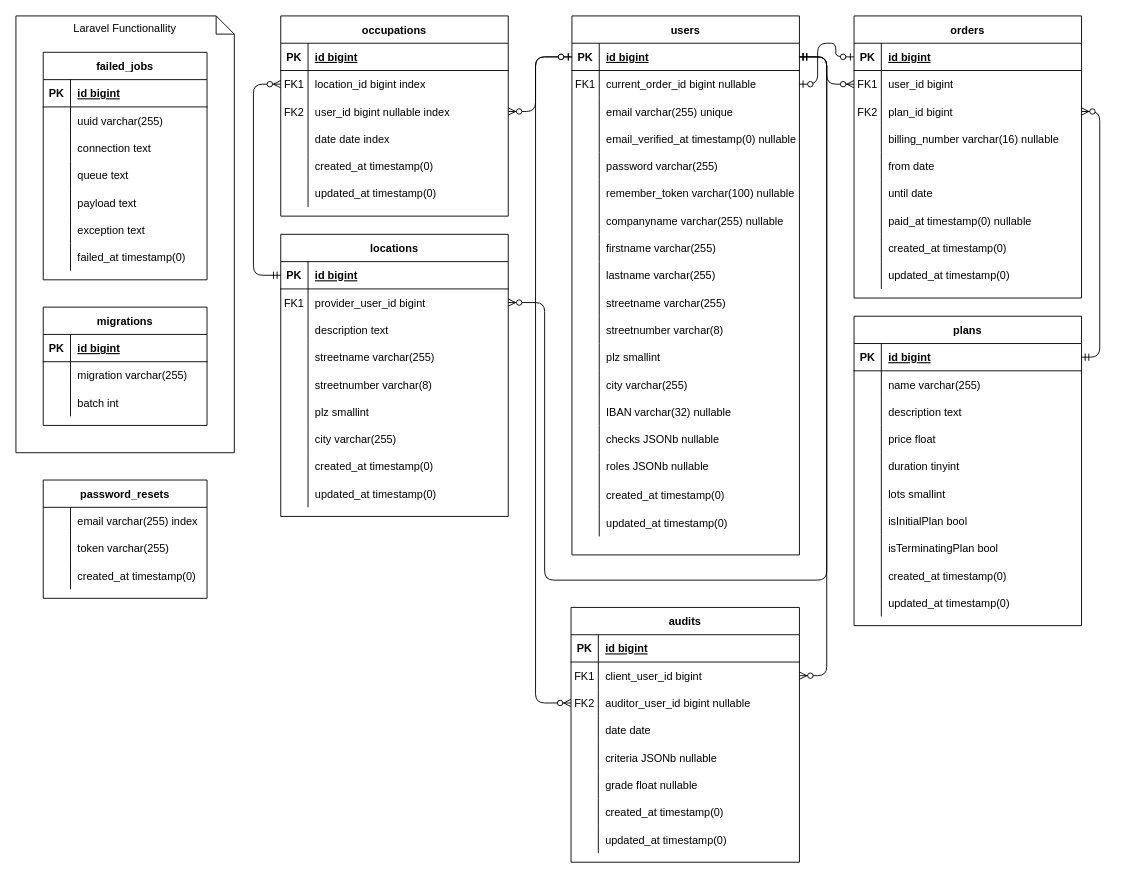
Above: docs/ERM_Patrick.drawio in PatrickRoethlisberger/CS-Datenbanktechnologie (draw.io), before the change. Source tidied: cells renumbered, new cells numbered last; positions are measured from the earlier drawing's top-left corner, leaving out a move shared by most shapes. Both pictures are drawn from the tidied source at 91%, with x=0, y=0 at pixel (15, 15).
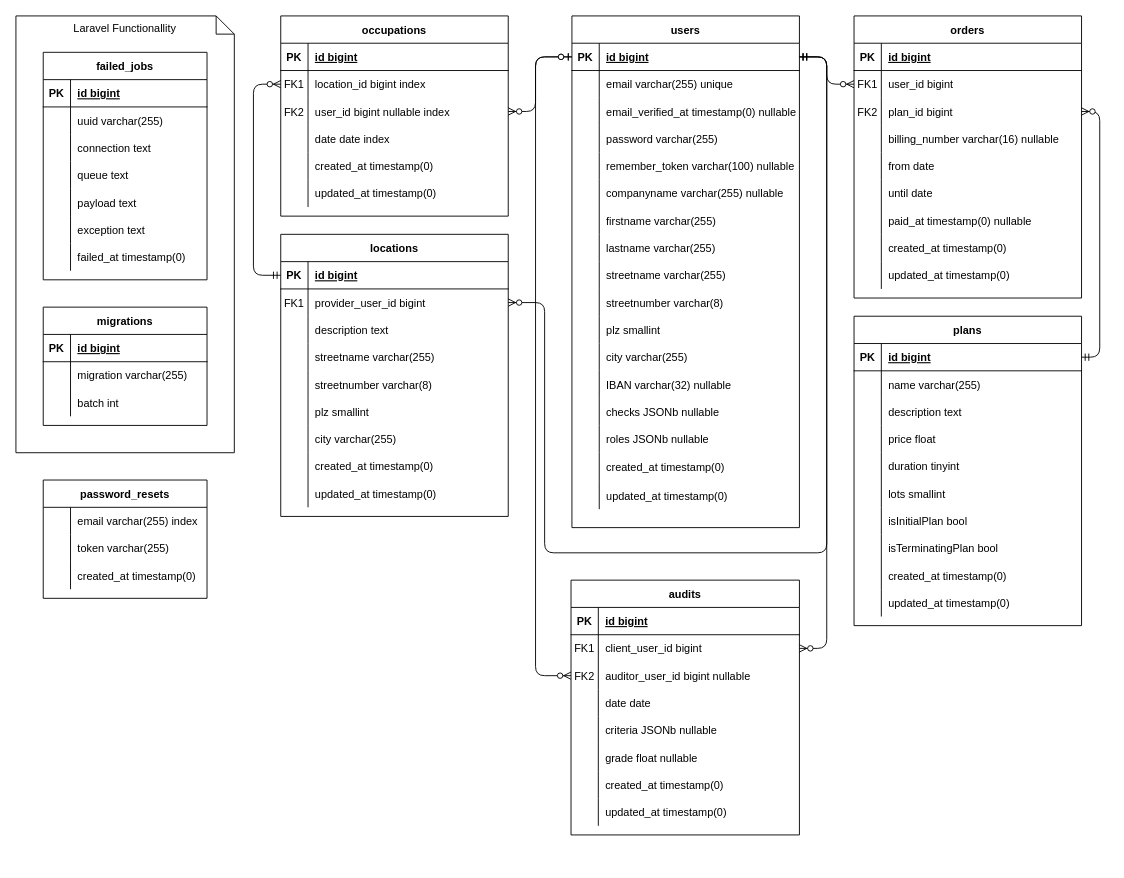
The same diagram, later.

The change refers to these unchanged cells:
```xml
<mxCell id="34" style="shape=partialRectangle;fillColor=none;points=[[0,0.5],[1,0.5]];portConstraint=eastwest;top=0;left=0;right=0;bottom=1;" parent="33" vertex="1">
  <mxGeometry y="30" width="250" height="30" as="geometry" />
</mxCell>
<mxCell id="136" style="shape=partialRectangle;fillColor=none;top=0;left=0;bottom=0;right=0;points=[[0,0.5],[1,0.5]];portConstraint=eastwest;" parent="132" vertex="1">
  <mxGeometry y="60" width="250" height="30" as="geometry" />
</mxCell>
<mxCell id="185" style="shape=partialRectangle;fillColor=none;top=0;left=0;bottom=0;right=0;points=[[0,0.5],[1,0.5]];portConstraint=eastwest;" parent="181" vertex="1">
  <mxGeometry y="60" width="251" height="30" as="geometry" />
</mxCell>
<mxCell id="188" style="shape=partialRectangle;fillColor=none;top=0;left=0;bottom=0;right=0;points=[[0,0.5],[1,0.5]];portConstraint=eastwest;" parent="181" vertex="1">
  <mxGeometry y="90" width="251" height="30" as="geometry" />
</mxCell>
<mxCell id="209" style="shape=partialRectangle;fillColor=none;top=0;left=0;bottom=1;right=0;points=[[0,0.5],[1,0.5]];portConstraint=eastwest;" parent="208" vertex="1">
  <mxGeometry y="30" width="250" height="30" as="geometry" />
</mxCell>
```

Diff of the diagram source:
```diff
@@
     <mxCell id="33" value="users" style="shape=table;startSize=30;childLayout=tableLayout;rowLines=0;fontStyle=1;align=center;" parent="1" vertex="1">
-      <mxGeometry x="611" width="250" height="592.3" as="geometry" />
+      <mxGeometry x="611" width="250" height="562.3" as="geometry" />
     </mxCell>
@@
-    <mxCell id="37" style="shape=partialRectangle;fillColor=none;points=[[0,0.5],[1,0.5]];portConstraint=eastwest;top=0;left=0;right=0;bottom=0;" parent="33" vertex="1">
-      <mxGeometry y="60" width="250" height="30" as="geometry" />
-    </mxCell>
-    <mxCell id="38" value="FK1" style="shape=partialRectangle;overflow=hidden;fillColor=none;top=0;left=0;bottom=0;right=0;" parent="37" vertex="1">
-      <mxGeometry width="30" height="30" as="geometry" />
-    </mxCell>
-    <mxCell id="39" value="current_order_id bigint nullable" style="shape=partialRectangle;overflow=hidden;fillColor=none;top=0;left=0;bottom=0;right=0;align=left;spacingLeft=6;" parent="37" vertex="1">
-      <mxGeometry x="30" width="220" height="30" as="geometry" />
-    </mxCell>
     <mxCell id="40" style="shape=partialRectangle;fillColor=none;top=0;left=0;right=0;bottom=0;" parent="33" vertex="1">
-      <mxGeometry y="90" width="250" height="30" as="geometry" />
+      <mxGeometry y="60" width="250" height="30" as="geometry" />
     </mxCell>
@@
     <mxCell id="43" style="shape=partialRectangle;fillColor=none;top=0;left=0;right=0;bottom=0;" parent="33" vertex="1">
-      <mxGeometry y="120" width="250" height="30" as="geometry" />
+      <mxGeometry y="90" width="250" height="30" as="geometry" />
     </mxCell>
@@
     <mxCell id="46" style="shape=partialRectangle;fillColor=none;top=0;left=0;right=0;bottom=0;" parent="33" vertex="1">
-      <mxGeometry y="150" width="250" height="30" as="geometry" />
+      <mxGeometry y="120" width="250" height="30" as="geometry" />
     </mxCell>
@@
     <mxCell id="49" style="shape=partialRectangle;fillColor=none;top=0;left=0;right=0;bottom=0;" parent="33" vertex="1">
-      <mxGeometry y="180" width="250" height="30" as="geometry" />
+      <mxGeometry y="150" width="250" height="30" as="geometry" />
     </mxCell>
@@
     <mxCell id="52" style="shape=partialRectangle;fillColor=none;top=0;left=0;right=0;bottom=0;" parent="33" vertex="1">
-      <mxGeometry y="210" width="250" height="30" as="geometry" />
+      <mxGeometry y="180" width="250" height="30" as="geometry" />
     </mxCell>
@@
     <mxCell id="55" style="shape=partialRectangle;fillColor=none;top=0;left=0;right=0;bottom=0;" parent="33" vertex="1">
-      <mxGeometry y="240" width="250" height="30" as="geometry" />
+      <mxGeometry y="210" width="250" height="30" as="geometry" />
     </mxCell>
@@
     <mxCell id="58" style="shape=partialRectangle;fillColor=none;top=0;left=0;right=0;bottom=0;" parent="33" vertex="1">
-      <mxGeometry y="270" width="250" height="30" as="geometry" />
+      <mxGeometry y="240" width="250" height="30" as="geometry" />
     </mxCell>
@@
     <mxCell id="61" style="shape=partialRectangle;fillColor=none;top=0;left=0;right=0;bottom=0;" parent="33" vertex="1">
-      <mxGeometry y="300" width="250" height="30" as="geometry" />
+      <mxGeometry y="270" width="250" height="30" as="geometry" />
     </mxCell>
@@
     <mxCell id="64" style="shape=partialRectangle;fillColor=none;top=0;left=0;right=0;bottom=0;" parent="33" vertex="1">
-      <mxGeometry y="330" width="250" height="30" as="geometry" />
+      <mxGeometry y="300" width="250" height="30" as="geometry" />
     </mxCell>
@@
     <mxCell id="67" style="shape=partialRectangle;fillColor=none;top=0;left=0;right=0;bottom=0;" parent="33" vertex="1">
-      <mxGeometry y="360" width="250" height="30" as="geometry" />
+      <mxGeometry y="330" width="250" height="30" as="geometry" />
     </mxCell>
@@
     <mxCell id="70" style="shape=partialRectangle;fillColor=none;top=0;left=0;right=0;bottom=0;" parent="33" vertex="1">
-      <mxGeometry y="390" width="250" height="30" as="geometry" />
+      <mxGeometry y="360" width="250" height="30" as="geometry" />
     </mxCell>
@@
     <mxCell id="73" style="shape=partialRectangle;fillColor=none;top=0;left=0;right=0;bottom=0;" parent="33" vertex="1">
-      <mxGeometry y="420" width="250" height="30" as="geometry" />
+      <mxGeometry y="390" width="250" height="30" as="geometry" />
     </mxCell>
@@
     <mxCell id="76" style="shape=partialRectangle;fillColor=none;top=0;left=0;right=0;bottom=0;" parent="33" vertex="1">
-      <mxGeometry y="450" width="250" height="30" as="geometry" />
+      <mxGeometry y="420" width="250" height="30" as="geometry" />
     </mxCell>
@@
     <mxCell id="79" style="shape=partialRectangle;fillColor=none;top=0;left=0;right=0;bottom=0;" parent="33" vertex="1">
-      <mxGeometry y="480" width="250" height="30" as="geometry" />
+      <mxGeometry y="450" width="250" height="30" as="geometry" />
     </mxCell>
@@
     <mxCell id="82" style="shape=partialRectangle;fillColor=none;top=0;left=0;right=0;bottom=0;" parent="33" vertex="1">
-      <mxGeometry y="510" width="250" height="32" as="geometry" />
+      <mxGeometry y="480" width="250" height="32" as="geometry" />
     </mxCell>
@@
     <mxCell id="85" style="shape=partialRectangle;fillColor=none;top=0;left=0;right=0;bottom=0;" parent="33" vertex="1">
-      <mxGeometry y="542" width="250" height="30" as="geometry" />
+      <mxGeometry y="512" width="250" height="30" as="geometry" />
     </mxCell>
@@
     <mxCell id="181" value="audits" style="shape=table;startSize=30;childLayout=tableLayout;rowLines=0;fontStyle=1;align=center;" parent="1" vertex="1">
-      <mxGeometry x="610" y="650" width="251" height="280" as="geometry" />
+      <mxGeometry x="610" y="620" width="251" height="280" as="geometry" />
     </mxCell>
@@
     <mxCell id="206" style="edgeStyle=orthogonalEdgeStyle;fontSize=12;html=1;endArrow=ERzeroToMany;startArrow=ERmandOne;exitX=1;exitY=0.5;exitDx=0;exitDy=0;entryX=1;entryY=0.5;entryDx=0;entryDy=0;" parent="1" edge="1" source="34" target="136">
       <mxGeometry relative="1" as="geometry">
         <Array as="points">
           <mxPoint x="891" y="45" />
-          <mxPoint x="891" y="620" />
-          <mxPoint x="581" y="620" />
+          <mxPoint x="891" y="590" />
+          <mxPoint x="581" y="590" />
           <mxPoint x="581" y="315" />
         </Array>
       </mxGeometry>
     </mxCell>
     <mxCell id="207" style="edgeStyle=orthogonalEdgeStyle;fontSize=12;html=1;endArrow=ERzeroToMany;startArrow=ERmandOne;entryX=1;entryY=0.5;entryDx=0;entryDy=0;exitX=1;exitY=0.5;exitDx=0;exitDy=0;endFill=1;" parent="1" edge="1" source="34" target="185">
       <mxGeometry relative="1" as="geometry">
         <Array as="points">
           <mxPoint x="891" y="45" />
-          <mxPoint x="891" y="725" />
+          <mxPoint x="891" y="695" />
         </Array>
       </mxGeometry>
     </mxCell>
@@
     <mxCell id="236" style="edgeStyle=orthogonalEdgeStyle;fontSize=12;html=1;endArrow=ERzeroToMany;startArrow=ERzeroToOne;entryX=0;entryY=0.5;entryDx=0;entryDy=0;exitX=0;exitY=0.5;exitDx=0;exitDy=0;" parent="1" edge="1" source="34" target="188">
       <mxGeometry relative="1" as="geometry">
         <Array as="points">
           <mxPoint x="571" y="45" />
-          <mxPoint x="571" y="755" />
+          <mxPoint x="571" y="725" />
         </Array>
       </mxGeometry>
     </mxCell>
@@
-    <mxCell id="239" style="edgeStyle=orthogonalEdgeStyle;fontSize=12;html=1;endArrow=ERzeroToOne;startArrow=ERzeroToOne;entryX=0;entryY=0.5;entryDx=0;entryDy=0;exitX=1;exitY=0.5;exitDx=0;exitDy=0;startFill=1;endFill=1;" parent="1" edge="1" source="37" target="209">
-      <mxGeometry relative="1" as="geometry">
-        <Array as="points">
-          <mxPoint x="881" y="75" />
-          <mxPoint x="881" y="30" />
-          <mxPoint x="901" y="30" />
-          <mxPoint x="901" y="45" />
-        </Array>
-      </mxGeometry>
-    </mxCell>
```
